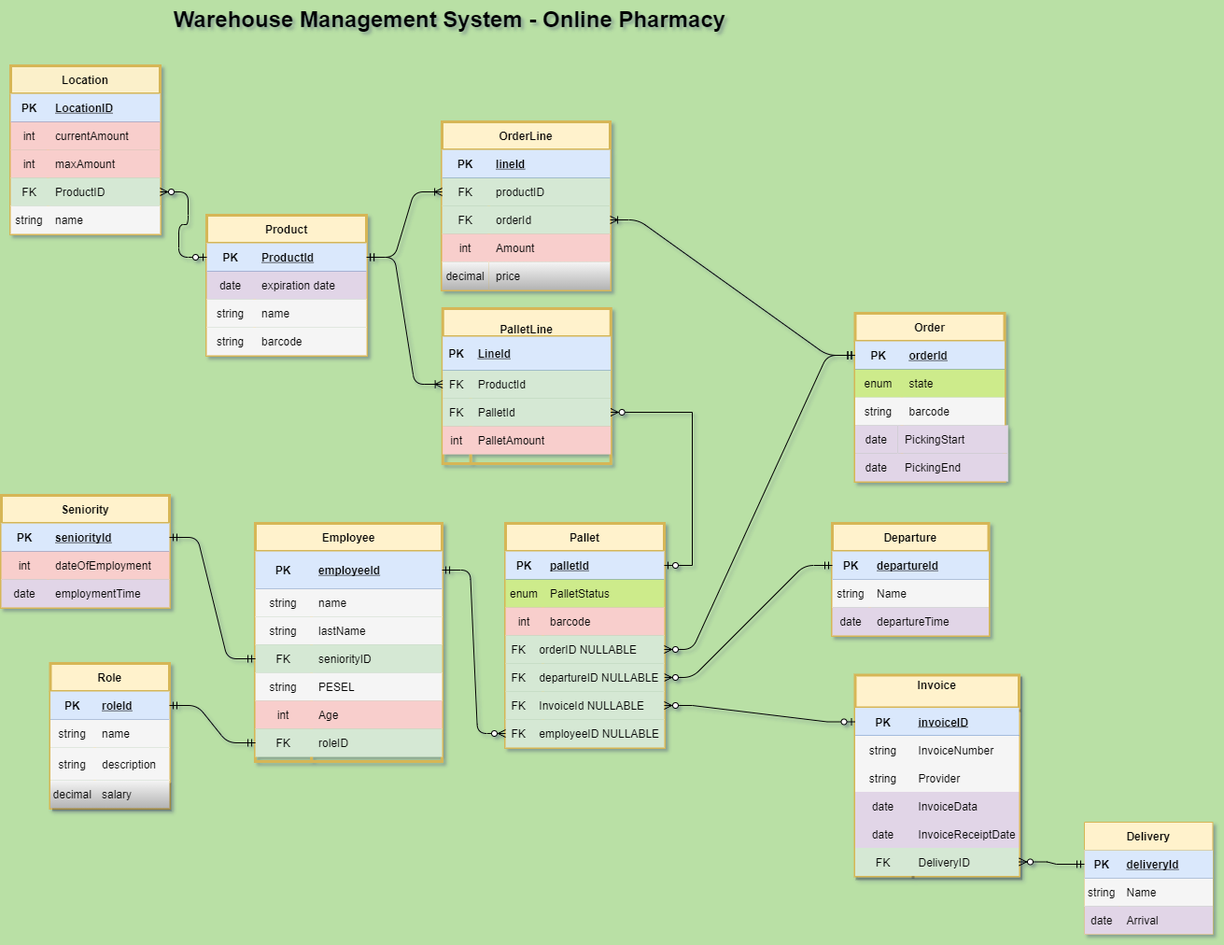
Earlier version of the draw.io export ProjectPlan/wms-database-final.png (dgaweda/warehouse-management-system). Source tidied: cells renumbered, new cells last; positions are measured from the earlier drawing's top-left corner, leaving out a move shared by most shapes.
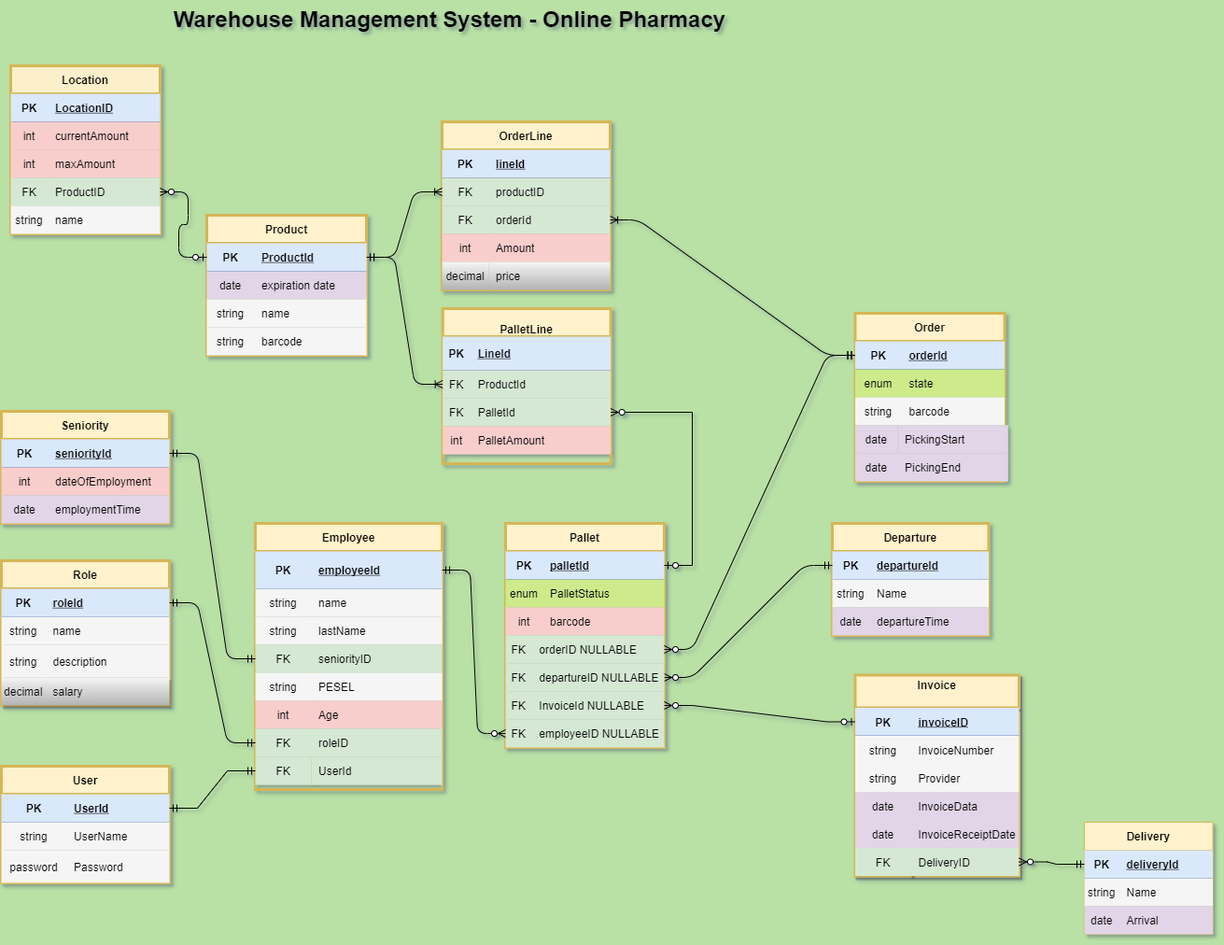
Later version of the same file.

Commit message:
- Changed database schema

Diff of the diagram source:
```diff
@@ -6,43 +6,43 @@
       <mxGeometry x="430" width="100" height="40" as="geometry" />
     </mxCell>
     <mxCell id="3" value="Role" style="shape=table;startSize=30;rowLines=0;fontStyle=1;align=center;fillColor=#fff2cc;strokeColor=#d6b656;strokeWidth=3;" parent="1" vertex="1">
-      <mxGeometry x="52.5" y="710" width="127.5" height="155" as="geometry" />
+      <mxGeometry y="600" width="180" height="155" as="geometry" />
     </mxCell>
     <mxCell id="4" style="shape=partialRectangle;fillColor=#dae8fc;top=0;left=0;bottom=1;right=0;points=[[0,0.5],[1,0.5]];portConstraint=eastwest;strokeColor=#6c8ebf;" parent="3" vertex="1">
-      <mxGeometry y="30" width="127.5" height="30" as="geometry" />
+      <mxGeometry y="30" width="180" height="30" as="geometry" />
     </mxCell>
     <mxCell id="5" value="PK" style="shape=partialRectangle;fillColor=none;top=0;left=0;bottom=0;right=0;fontStyle=1;overflow=hidden;" parent="4" vertex="1">
       <mxGeometry width="47.5" height="30" as="geometry" />
     </mxCell>
     <mxCell id="6" value="roleId" style="shape=partialRectangle;fillColor=none;top=0;left=0;bottom=0;right=0;align=left;spacingLeft=6;fontStyle=5;overflow=hidden;" parent="4" vertex="1">
-      <mxGeometry x="47.5" width="80" height="30" as="geometry" />
+      <mxGeometry x="47.5" width="132.5" height="30" as="geometry" />
     </mxCell>
     <mxCell id="7" style="shape=partialRectangle;fillColor=#f5f5f5;top=0;left=0;bottom=0;right=0;strokeColor=#666666;fontColor=#333333;" parent="3" vertex="1">
-      <mxGeometry y="60" width="127.5" height="30" as="geometry" />
+      <mxGeometry y="60" width="180" height="30" as="geometry" />
     </mxCell>
     <mxCell id="8" value="string" style="shape=partialRectangle;fillColor=none;top=0;left=0;bottom=0;right=0;overflow=hidden;" parent="7" vertex="1">
       <mxGeometry width="47.5" height="30" as="geometry" />
     </mxCell>
     <mxCell id="9" value="name" style="shape=partialRectangle;fillColor=none;top=0;left=0;bottom=0;right=0;align=left;spacingLeft=6;overflow=hidden;" parent="7" vertex="1">
-      <mxGeometry x="47.5" width="80" height="30" as="geometry" />
+      <mxGeometry x="47.5" width="132.5" height="30" as="geometry" />
     </mxCell>
     <mxCell id="10" style="shape=partialRectangle;fillColor=#f5f5f5;top=0;left=0;bottom=0;right=0;strokeColor=#666666;fontColor=#333333;" parent="3" vertex="1">
-      <mxGeometry y="90" width="127.5" height="35" as="geometry" />
+      <mxGeometry y="90" width="180" height="35" as="geometry" />
     </mxCell>
     <mxCell id="11" value="string" style="shape=partialRectangle;fillColor=none;top=0;left=0;bottom=0;right=0;overflow=hidden;" parent="10" vertex="1">
       <mxGeometry width="47.5" height="35" as="geometry" />
     </mxCell>
     <mxCell id="12" value="description" style="shape=partialRectangle;fillColor=none;top=0;left=0;bottom=0;right=0;align=left;spacingLeft=6;overflow=hidden;" parent="10" vertex="1">
-      <mxGeometry x="47.5" width="80" height="35" as="geometry" />
+      <mxGeometry x="47.5" width="132.5" height="35" as="geometry" />
     </mxCell>
     <mxCell id="13" style="shape=partialRectangle;fillColor=#f5f5f5;top=0;left=0;bottom=0;right=0;shadow=1;fontFamily=Helvetica;strokeWidth=3;gradientColor=#b3b3b3;strokeColor=#666666;" parent="3" vertex="1">
-      <mxGeometry y="125" width="127.5" height="30" as="geometry" />
+      <mxGeometry y="125" width="180" height="30" as="geometry" />
     </mxCell>
     <mxCell id="14" value="decimal" style="shape=partialRectangle;fillColor=none;top=0;left=0;bottom=0;right=0;fontStyle=0;overflow=hidden;shadow=1;fontFamily=Helvetica;strokeWidth=3;" parent="13" vertex="1">
       <mxGeometry width="47.5" height="30" as="geometry" />
     </mxCell>
     <mxCell id="15" value="salary" style="shape=partialRectangle;fillColor=none;top=0;left=0;bottom=0;right=0;align=left;spacingLeft=6;fontStyle=0;overflow=hidden;shadow=1;fontFamily=Helvetica;strokeWidth=3;" parent="13" vertex="1">
-      <mxGeometry x="47.5" width="80" height="30" as="geometry" />
+      <mxGeometry x="47.5" width="132.5" height="30" as="geometry" />
     </mxCell>
     <mxCell id="16" value="Order" style="shape=table;startSize=30;rowLines=0;fontStyle=1;align=center;fillColor=#fff2cc;strokeColor=#d6b656;strokeWidth=3;" parent="1" vertex="1">
       <mxGeometry x="914.5" y="335" width="160" height="180" as="geometry" />
@@ -105,7 +105,7 @@
       <mxGeometry x="40" width="127.5" height="30" as="geometry" />
     </mxCell>
     <mxCell id="36" value="Employee" style="shape=table;startSize=30;rowLines=0;fontStyle=1;align=center;fillColor=#fff2cc;strokeColor=#d6b656;strokeWidth=3;" parent="1" vertex="1">
-      <mxGeometry x="272.1" y="560" width="200" height="255" as="geometry" />
+      <mxGeometry x="272.1" y="560" width="200" height="285" as="geometry" />
     </mxCell>
     <mxCell id="37" style="shape=partialRectangle;fillColor=#dae8fc;top=0;left=0;bottom=1;right=0;points=[[0,0.5],[1,0.5]];portConstraint=eastwest;strokeColor=#6c8ebf;" parent="36" vertex="1">
       <mxGeometry y="30" width="200" height="40" as="geometry" />
@@ -170,6 +170,15 @@
     <mxCell id="57" value="roleID" style="shape=partialRectangle;fillColor=none;top=0;left=0;bottom=0;right=0;align=left;spacingLeft=6;fontStyle=0;overflow=hidden;" parent="55" vertex="1">
       <mxGeometry x="60" width="140" height="30" as="geometry" />
     </mxCell>
+    <mxCell id="198" style="shape=partialRectangle;fillColor=none;top=0;left=0;bottom=0;right=0;points=[[0,0.5],[1,0.5]];portConstraint=eastwest;" parent="36" vertex="1">
+      <mxGeometry y="250" width="200" height="30" as="geometry" />
+    </mxCell>
+    <mxCell id="199" value="FK" style="shape=partialRectangle;fillColor=#d5e8d4;top=0;left=0;bottom=0;right=0;fontStyle=0;overflow=hidden;strokeColor=#82b366;" parent="198" vertex="1">
+      <mxGeometry width="60" height="30" as="geometry" />
+    </mxCell>
+    <mxCell id="200" value="UserId" style="shape=partialRectangle;fillColor=#d5e8d4;top=0;left=0;bottom=0;right=0;align=left;spacingLeft=6;fontStyle=0;overflow=hidden;strokeColor=#82b366;" parent="198" vertex="1">
+      <mxGeometry x="60" width="140" height="30" as="geometry" />
+    </mxCell>
     <mxCell id="58" value="Pallet" style="shape=table;startSize=30;rowLines=0;fontStyle=1;align=center;fillColor=#fff2cc;strokeColor=#d6b656;strokeWidth=3;" parent="1" vertex="1">
       <mxGeometry x="540" y="560" width="170" height="240" as="geometry" />
     </mxCell>
@@ -251,11 +260,8 @@
     <mxCell id="84" style="shape=partialRectangle;fillColor=none;top=0;left=0;bottom=0;right=0;" parent="1" vertex="1">
       <mxGeometry x="150" y="470" width="180" height="30" as="geometry" />
     </mxCell>
-    <mxCell id="85" style="shape=partialRectangle;fillColor=none;top=0;left=0;bottom=0;right=0;direction=west;" parent="1" vertex="1">
-      <mxGeometry x="272.6" y="815" width="200" height="30" as="geometry" />
-    </mxCell>
     <mxCell id="86" value="Seniority" style="shape=table;startSize=30;rowLines=0;fontStyle=1;align=center;fillColor=#fff2cc;strokeColor=#d6b656;strokeWidth=3;" parent="1" vertex="1">
-      <mxGeometry y="530" width="180" height="120" as="geometry" />
+      <mxGeometry y="440" width="180" height="120" as="geometry" />
     </mxCell>
     <mxCell id="87" style="shape=partialRectangle;fillColor=#dae8fc;top=0;left=0;bottom=1;right=0;points=[[0,0.5],[1,0.5]];portConstraint=eastwest;strokeColor=#6c8ebf;" parent="86" vertex="1">
       <mxGeometry y="30" width="180" height="30" as="geometry" />
@@ -590,5 +596,38 @@
     <mxCell id="197" style="edgeStyle=entityRelationEdgeStyle;fontSize=12;html=1;endArrow=ERoneToMany;startArrow=ERmandOne;" parent="1" edge="1" source="149" target="166">
       <mxGeometry relative="1" as="geometry" />
     </mxCell>
+    <mxCell id="201" value="User" style="shape=table;startSize=30;rowLines=0;fontStyle=1;align=center;fillColor=#fff2cc;strokeColor=#d6b656;strokeWidth=3;" parent="1" vertex="1">
+      <mxGeometry y="820" width="180" height="125" as="geometry" />
+    </mxCell>
+    <mxCell id="202" style="shape=partialRectangle;fillColor=#dae8fc;top=0;left=0;bottom=1;right=0;points=[[0,0.5],[1,0.5]];portConstraint=eastwest;strokeColor=#6c8ebf;" parent="201" vertex="1">
+      <mxGeometry y="30" width="180" height="30" as="geometry" />
+    </mxCell>
+    <mxCell id="203" value="PK" style="shape=partialRectangle;fillColor=none;top=0;left=0;bottom=0;right=0;fontStyle=1;overflow=hidden;" parent="202" vertex="1">
+      <mxGeometry width="70" height="30" as="geometry" />
+    </mxCell>
+    <mxCell id="204" value="UserId" style="shape=partialRectangle;fillColor=none;top=0;left=0;bottom=0;right=0;align=left;spacingLeft=6;fontStyle=5;overflow=hidden;" parent="202" vertex="1">
+      <mxGeometry x="70" width="110" height="30" as="geometry" />
+    </mxCell>
+    <mxCell id="205" style="shape=partialRectangle;fillColor=#f5f5f5;top=0;left=0;bottom=0;right=0;strokeColor=#666666;fontColor=#333333;" parent="201" vertex="1">
+      <mxGeometry y="60" width="180" height="30" as="geometry" />
+    </mxCell>
+    <mxCell id="206" value="string" style="shape=partialRectangle;fillColor=none;top=0;left=0;bottom=0;right=0;overflow=hidden;" parent="205" vertex="1">
+      <mxGeometry width="70" height="30" as="geometry" />
+    </mxCell>
+    <mxCell id="207" value="UserName" style="shape=partialRectangle;fillColor=none;top=0;left=0;bottom=0;right=0;align=left;spacingLeft=6;overflow=hidden;" parent="205" vertex="1">
+      <mxGeometry x="70" width="110" height="30" as="geometry" />
+    </mxCell>
+    <mxCell id="208" style="shape=partialRectangle;fillColor=#f5f5f5;top=0;left=0;bottom=0;right=0;strokeColor=#666666;fontColor=#333333;" parent="201" vertex="1">
+      <mxGeometry y="90" width="180" height="35" as="geometry" />
+    </mxCell>
+    <mxCell id="209" value="password" style="shape=partialRectangle;fillColor=none;top=0;left=0;bottom=0;right=0;overflow=hidden;" parent="208" vertex="1">
+      <mxGeometry width="70" height="35" as="geometry" />
+    </mxCell>
+    <mxCell id="210" value="Password" style="shape=partialRectangle;fillColor=none;top=0;left=0;bottom=0;right=0;align=left;spacingLeft=6;overflow=hidden;" parent="208" vertex="1">
+      <mxGeometry x="70" width="110" height="35" as="geometry" />
+    </mxCell>
+    <mxCell id="211" style="edgeStyle=entityRelationEdgeStyle;fontSize=12;html=1;endArrow=ERmandOne;startArrow=ERmandOne;rounded=0;" parent="1" edge="1" source="202" target="198">
+      <mxGeometry relative="1" as="geometry" />
+    </mxCell>
   </root>
 </mxGraphModel>
```
